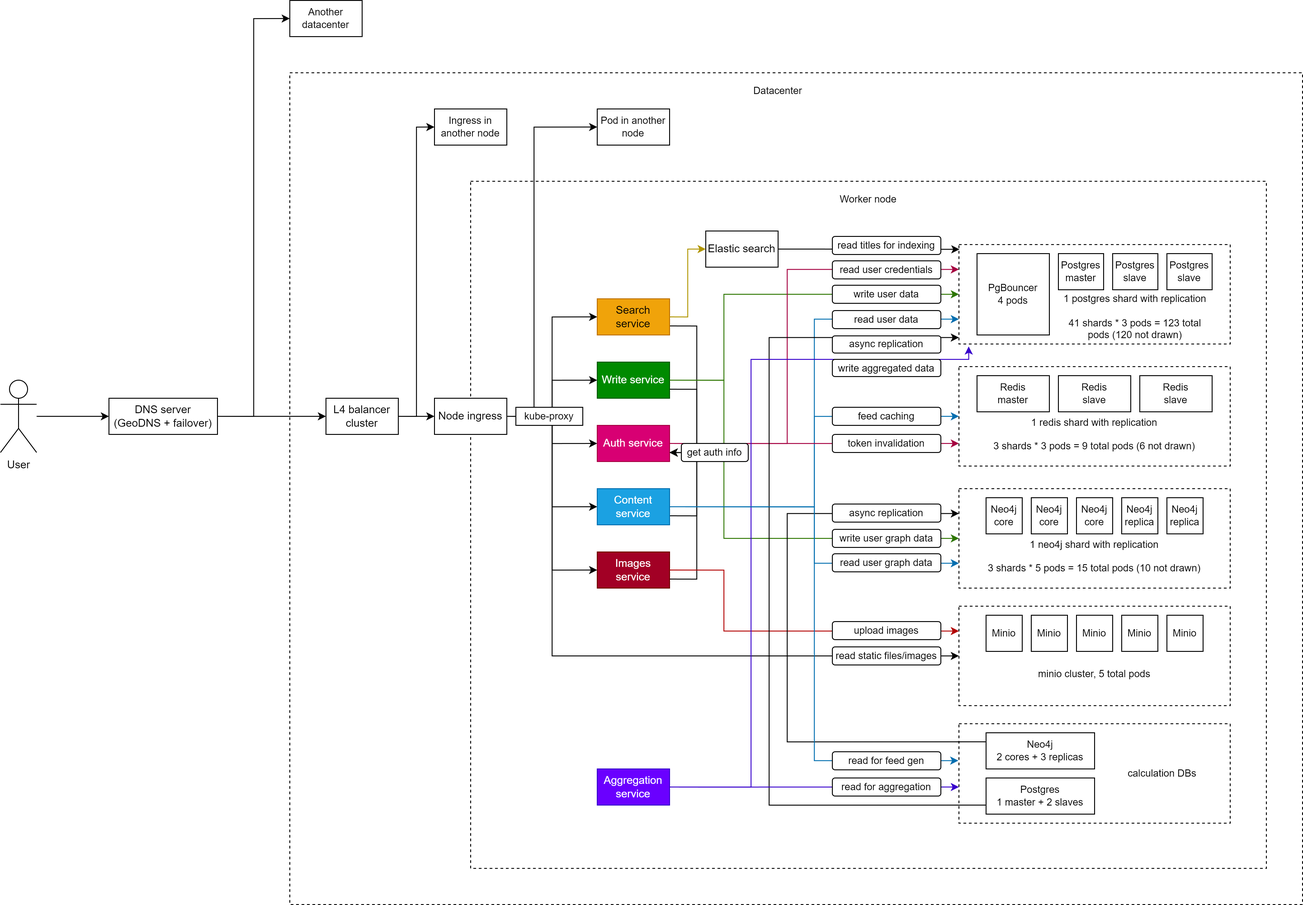
Earlier version of the draw.io export assets/images/full-diagram.drawio.png (DeveloperMan313/vk-highload). Source tidied: cells renumbered, new cells last; positions are measured from the earlier drawing's top-left corner, leaving out a move shared by most shapes.
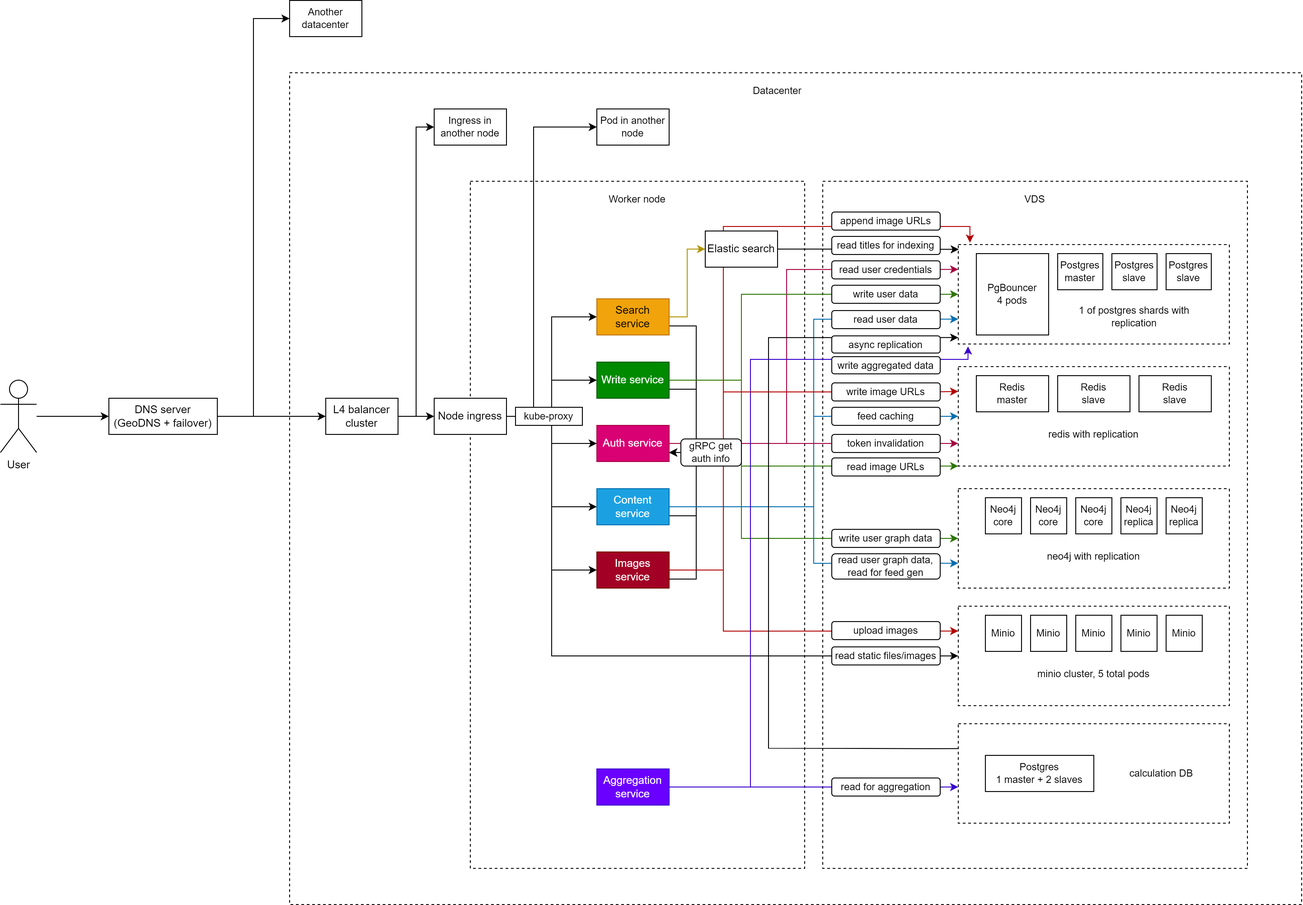
The same diagram one commit later.

Commit message:
Fixes to resource calculations and diagram

The edit, as a diff of the source:
```diff
@@ -5,8 +5,11 @@
     <mxCell id="2" style="rounded=0;whiteSpace=wrap;html=1;dashed=1;" parent="1" vertex="1">
       <mxGeometry x="320" y="80" width="1120" height="920" as="geometry" />
     </mxCell>
+    <mxCell id="97" style="rounded=0;whiteSpace=wrap;html=1;dashed=1;" parent="1" vertex="1">
+      <mxGeometry x="910" y="200" width="470" height="760" as="geometry" />
+    </mxCell>
     <mxCell id="3" style="rounded=0;whiteSpace=wrap;html=1;dashed=1;" parent="1" vertex="1">
-      <mxGeometry x="520" y="200" width="880" height="760" as="geometry" />
+      <mxGeometry x="520" y="200" width="370" height="760" as="geometry" />
     </mxCell>
     <mxCell id="4" value="&lt;div&gt;User&lt;/div&gt;" style="shape=umlActor;verticalLabelPosition=bottom;verticalAlign=top;html=1;outlineConnect=0;" parent="1" vertex="1">
       <mxGeometry y="420" width="40" height="80" as="geometry" />
@@ -112,7 +115,7 @@
     <mxCell id="27" style="rounded=0;whiteSpace=wrap;html=1;dashed=1;" parent="1" vertex="1">
       <mxGeometry x="1060" y="270" width="300" height="110" as="geometry" />
     </mxCell>
-    <mxCell id="28" value="&lt;div&gt;1 postgres shard with replication&lt;/div&gt;&lt;div&gt;&lt;br&gt;&lt;/div&gt;&lt;div&gt;41 shards * 3 pods = 123 total pods (120 not drawn)&lt;/div&gt;" style="text;html=1;whiteSpace=wrap;strokeColor=none;fillColor=none;align=center;verticalAlign=middle;rounded=0;fontFamily=Helvetica;fontSize=11;fontColor=default;labelBackgroundColor=default;" parent="1" vertex="1">
+    <mxCell id="28" value="&lt;div&gt;1 of postgres shards with replication&lt;/div&gt;" style="text;html=1;whiteSpace=wrap;strokeColor=none;fillColor=none;align=center;verticalAlign=middle;rounded=0;fontFamily=Helvetica;fontSize=11;fontColor=default;labelBackgroundColor=default;" parent="1" vertex="1">
       <mxGeometry x="1170" y="320" width="170" height="60" as="geometry" />
     </mxCell>
     <mxCell id="29" value="Postgres&lt;br&gt;master" style="rounded=0;whiteSpace=wrap;html=1;fontFamily=Helvetica;fontSize=11;fontColor=default;labelBackgroundColor=default;" parent="1" vertex="1">
@@ -136,7 +139,7 @@
     <mxCell id="35" value="&lt;div&gt;Redis&lt;/div&gt;&lt;div&gt;slave&lt;/div&gt;" style="rounded=0;whiteSpace=wrap;html=1;fontFamily=Helvetica;fontSize=11;fontColor=default;labelBackgroundColor=default;" parent="1" vertex="1">
       <mxGeometry x="1260" y="415" width="80" height="40" as="geometry" />
     </mxCell>
-    <mxCell id="36" value="&lt;div&gt;1 redis shard with replication&lt;/div&gt;&lt;div&gt;&lt;br&gt;&lt;/div&gt;&lt;div&gt;3 shards * 3 pods = 9 total pods (6 not drawn)&lt;/div&gt;" style="text;html=1;whiteSpace=wrap;strokeColor=none;fillColor=none;align=center;verticalAlign=middle;rounded=0;fontFamily=Helvetica;fontSize=11;fontColor=default;labelBackgroundColor=default;" parent="1" vertex="1">
+    <mxCell id="36" value="&lt;div&gt;redis with replication&lt;/div&gt;" style="text;html=1;whiteSpace=wrap;strokeColor=none;fillColor=none;align=center;verticalAlign=middle;rounded=0;fontFamily=Helvetica;fontSize=11;fontColor=default;labelBackgroundColor=default;" parent="1" vertex="1">
       <mxGeometry x="1070" y="455" width="280" height="50" as="geometry" />
     </mxCell>
     <mxCell id="37" style="rounded=0;whiteSpace=wrap;html=1;dashed=1;" parent="1" vertex="1">
@@ -151,22 +154,22 @@
     <mxCell id="40" value="Neo4j replica" style="rounded=0;whiteSpace=wrap;html=1;fontFamily=Helvetica;fontSize=11;fontColor=default;labelBackgroundColor=default;" parent="1" vertex="1">
       <mxGeometry x="1290" y="550" width="40" height="40" as="geometry" />
     </mxCell>
-    <mxCell id="41" value="&lt;div&gt;1 neo4j shard with replication&lt;/div&gt;&lt;div&gt;&lt;br&gt;&lt;/div&gt;&lt;div&gt;3 shards * 5 pods = 15 total pods (10 not drawn)&lt;/div&gt;" style="text;html=1;whiteSpace=wrap;strokeColor=none;fillColor=none;align=center;verticalAlign=middle;rounded=0;fontFamily=Helvetica;fontSize=11;fontColor=default;labelBackgroundColor=default;" parent="1" vertex="1">
+    <mxCell id="41" value="&lt;div&gt;neo4j with replication&lt;/div&gt;" style="text;html=1;whiteSpace=wrap;strokeColor=none;fillColor=none;align=center;verticalAlign=middle;rounded=0;fontFamily=Helvetica;fontSize=11;fontColor=default;labelBackgroundColor=default;" parent="1" vertex="1">
       <mxGeometry x="1070" y="590" width="280" height="50" as="geometry" />
     </mxCell>
-    <mxCell id="42" style="endArrow=classic;startArrow=none;html=1;rounded=0;strokeColor=#2D7600;align=center;verticalAlign=middle;fontFamily=Helvetica;fontSize=11;fontColor=default;labelBackgroundColor=default;edgeStyle=orthogonalEdgeStyle;entryX=0;entryY=0.5;entryDx=0;entryDy=0;exitX=1;exitY=0.5;exitDx=0;exitDy=0;fillColor=#60a917;startFill=0;" parent="1" edge="1" source="11" target="27">
+    <mxCell id="42" style="endArrow=classic;startArrow=none;html=1;rounded=0;strokeColor=#2D7600;align=center;verticalAlign=middle;fontFamily=Helvetica;fontSize=11;fontColor=default;labelBackgroundColor=default;edgeStyle=orthogonalEdgeStyle;entryX=0;entryY=1;entryDx=0;entryDy=0;exitX=1;exitY=0.5;exitDx=0;exitDy=0;fillColor=#60a917;startFill=0;" parent="1" edge="1" source="11" target="32">
       <mxGeometry relative="1" as="geometry">
         <Array as="points">
-          <mxPoint x="800" y="420" />
-          <mxPoint x="800" y="325" />
+          <mxPoint x="820" y="420" />
+          <mxPoint x="820" y="515" />
         </Array>
       </mxGeometry>
     </mxCell>
     <mxCell id="43" style="endArrow=classic;startArrow=none;html=1;rounded=0;strokeColor=#2D7600;align=center;verticalAlign=middle;fontFamily=Helvetica;fontSize=11;fontColor=default;labelBackgroundColor=default;edgeStyle=orthogonalEdgeStyle;entryX=0;entryY=0.5;entryDx=0;entryDy=0;exitX=1;exitY=0.5;exitDx=0;exitDy=0;fillColor=#60a917;startFill=0;" parent="1" edge="1" source="11" target="37">
       <mxGeometry relative="1" as="geometry">
         <Array as="points">
-          <mxPoint x="800" y="420" />
-          <mxPoint x="800" y="595" />
+          <mxPoint x="820" y="420" />
+          <mxPoint x="820" y="595" />
         </Array>
       </mxGeometry>
     </mxCell>
@@ -219,9 +222,6 @@
         </Array>
       </mxGeometry>
     </mxCell>
-    <mxCell id="55" value="Elastic search" style="rounded=0;whiteSpace=wrap;html=1;" parent="1" vertex="1">
-      <mxGeometry x="780" y="255" width="80" height="40" as="geometry" />
-    </mxCell>
     <mxCell id="56" style="endArrow=classic;startArrow=none;html=1;rounded=0;edgeStyle=orthogonalEdgeStyle;exitX=1;exitY=0.5;exitDx=0;exitDy=0;entryX=0;entryY=0.5;entryDx=0;entryDy=0;startFill=0;fillColor=#e3c800;strokeColor=#B09500;" parent="1" edge="1" source="18" target="55">
       <mxGeometry relative="1" as="geometry" />
     </mxCell>
@@ -241,9 +241,6 @@
     <mxCell id="60" value="read user data" style="rounded=1;whiteSpace=wrap;html=1;fontFamily=Helvetica;fontSize=11;fontColor=default;" parent="1" vertex="1">
       <mxGeometry x="920" y="343" width="120" height="20" as="geometry" />
     </mxCell>
-    <mxCell id="61" value="write user data" style="rounded=1;whiteSpace=wrap;html=1;fontFamily=Helvetica;fontSize=11;fontColor=default;" parent="1" vertex="1">
-      <mxGeometry x="920" y="315" width="120" height="20" as="geometry" />
-    </mxCell>
     <mxCell id="62" value="read user credentials" style="rounded=1;whiteSpace=wrap;html=1;fontFamily=Helvetica;fontSize=11;fontColor=default;" parent="1" vertex="1">
       <mxGeometry x="920" y="288" width="120" height="20" as="geometry" />
     </mxCell>
@@ -260,7 +257,7 @@
       <mxGeometry x="920" y="715" width="120" height="20" as="geometry" />
     </mxCell>
     <mxCell id="67" value="Worker node" style="text;html=1;strokeColor=none;fillColor=none;align=center;verticalAlign=middle;whiteSpace=wrap;rounded=0;fontSize=11;fontFamily=Helvetica;fontColor=default;" parent="1" vertex="1">
-      <mxGeometry x="520" y="200" width="880" height="40" as="geometry" />
+      <mxGeometry x="520" y="200" width="370" height="40" as="geometry" />
     </mxCell>
     <mxCell id="68" value="Minio" style="rounded=0;whiteSpace=wrap;html=1;fontFamily=Helvetica;fontSize=11;fontColor=default;labelBackgroundColor=default;" parent="1" vertex="1">
       <mxGeometry x="1290" y="680" width="40" height="40" as="geometry" />
@@ -268,8 +265,8 @@
     <mxCell id="69" style="endArrow=classic;startArrow=none;html=1;rounded=0;strokeColor=#006EAF;align=center;verticalAlign=middle;fontFamily=Helvetica;fontSize=11;fontColor=default;labelBackgroundColor=default;edgeStyle=orthogonalEdgeStyle;entryX=0;entryY=0.75;entryDx=0;entryDy=0;exitX=1;exitY=0.5;exitDx=0;exitDy=0;fillColor=#1ba1e2;startFill=0;" parent="1" edge="1" source="16" target="37">
       <mxGeometry relative="1" as="geometry" />
     </mxCell>
-    <mxCell id="70" value="read user graph data" style="rounded=1;whiteSpace=wrap;html=1;fontFamily=Helvetica;fontSize=11;fontColor=default;" parent="1" vertex="1">
-      <mxGeometry x="920" y="612" width="120" height="20" as="geometry" />
+    <mxCell id="70" value="read user graph data, read for feed gen" style="rounded=1;whiteSpace=wrap;html=1;fontFamily=Helvetica;fontSize=11;fontColor=default;" parent="1" vertex="1">
+      <mxGeometry x="920" y="612" width="120" height="28" as="geometry" />
     </mxCell>
     <mxCell id="71" value="upload images" style="rounded=1;whiteSpace=wrap;html=1;fontFamily=Helvetica;fontSize=11;fontColor=default;" parent="1" vertex="1">
       <mxGeometry x="920" y="687" width="120" height="20" as="geometry" />
@@ -284,26 +281,16 @@
       <mxGeometry x="1060" y="800" width="300" height="110" as="geometry" />
     </mxCell>
     <mxCell id="75" value="Postgres&lt;br&gt;1 master + 2 slaves" style="rounded=0;whiteSpace=wrap;html=1;fontFamily=Helvetica;fontSize=11;fontColor=default;labelBackgroundColor=default;" parent="1" vertex="1">
-      <mxGeometry x="1090" y="860" width="120" height="40" as="geometry" />
+      <mxGeometry x="1090" y="835" width="120" height="40" as="geometry" />
     </mxCell>
-    <mxCell id="76" style="edgeStyle=orthogonalEdgeStyle;rounded=0;jettySize=auto;html=1;exitX=0;exitY=0.25;exitDx=0;exitDy=0;entryX=0;entryY=0.25;entryDx=0;entryDy=0;startArrow=none;startFill=0;" parent="1" edge="1" source="77" target="37">
-      <mxGeometry relative="1" as="geometry">
-        <Array as="points">
-          <mxPoint x="870" y="820" />
-          <mxPoint x="870" y="568" />
-        </Array>
-      </mxGeometry>
-    </mxCell>
-    <mxCell id="77" value="Neo4j&lt;br&gt;2 cores + 3 replicas" style="rounded=0;whiteSpace=wrap;html=1;fontFamily=Helvetica;fontSize=11;fontColor=default;labelBackgroundColor=default;" parent="1" vertex="1">
-      <mxGeometry x="1090" y="810" width="120" height="40" as="geometry" />
-    </mxCell>
-    <mxCell id="78" value="calculation DBs" style="text;html=1;whiteSpace=wrap;strokeColor=none;fillColor=none;align=center;verticalAlign=middle;rounded=0;fontFamily=Helvetica;fontSize=11;fontColor=default;labelBackgroundColor=default;" parent="1" vertex="1">
+    <mxCell id="78" value="calculation DB" style="text;html=1;whiteSpace=wrap;strokeColor=none;fillColor=none;align=center;verticalAlign=middle;rounded=0;fontFamily=Helvetica;fontSize=11;fontColor=default;labelBackgroundColor=default;" parent="1" vertex="1">
       <mxGeometry x="1210" y="810" width="150" height="90" as="geometry" />
     </mxCell>
-    <mxCell id="79" style="edgeStyle=orthogonalEdgeStyle;rounded=0;jettySize=auto;html=1;exitX=0;exitY=0.75;exitDx=0;exitDy=0;entryX=0;entryY=0.935;entryDx=0;entryDy=0;startArrow=none;startFill=0;entryPerimeter=0;" parent="1" edge="1" source="75" target="27">
+    <mxCell id="79" style="edgeStyle=orthogonalEdgeStyle;rounded=0;jettySize=auto;html=1;exitX=0;exitY=0.25;exitDx=0;exitDy=0;entryX=0;entryY=0.935;entryDx=0;entryDy=0;startArrow=none;startFill=0;entryPerimeter=0;" parent="1" edge="1" source="74" target="27">
       <mxGeometry relative="1" as="geometry">
         <Array as="points">
-          <mxPoint x="850" y="890" />
+          <mxPoint x="1030" y="827" />
+          <mxPoint x="850" y="827" />
           <mxPoint x="850" y="373" />
         </Array>
       </mxGeometry>
@@ -311,9 +298,6 @@
     <mxCell id="80" value="async replication" style="rounded=1;whiteSpace=wrap;html=1;fontFamily=Helvetica;fontSize=11;fontColor=default;" parent="1" vertex="1">
       <mxGeometry x="920" y="371" width="120" height="19" as="geometry" />
     </mxCell>
-    <mxCell id="81" value="async replication" style="rounded=1;whiteSpace=wrap;html=1;fontFamily=Helvetica;fontSize=11;fontColor=default;" parent="1" vertex="1">
-      <mxGeometry x="920" y="557" width="120" height="20" as="geometry" />
-    </mxCell>
     <mxCell id="82" value="Aggregation service" style="rounded=0;whiteSpace=wrap;html=1;fillColor=#6a00ff;fontColor=#ffffff;strokeColor=#3700CC;" parent="1" vertex="1">
       <mxGeometry x="660" y="850" width="80" height="40" as="geometry" />
     </mxCell>
@@ -327,7 +311,7 @@
       </mxGeometry>
     </mxCell>
     <mxCell id="84" value="write aggregated data" style="rounded=1;whiteSpace=wrap;html=1;fontFamily=Helvetica;fontSize=11;fontColor=default;" parent="1" vertex="1">
-      <mxGeometry x="920" y="397" width="120" height="19" as="geometry" />
+      <mxGeometry x="920" y="394" width="120" height="19" as="geometry" />
     </mxCell>
     <mxCell id="85" style="edgeStyle=orthogonalEdgeStyle;rounded=0;jettySize=auto;html=1;exitX=1;exitY=0.5;exitDx=0;exitDy=0;startArrow=none;startFill=0;fillColor=#6a00ff;strokeColor=#3700CC;" parent="1" edge="1" source="82">
       <mxGeometry relative="1" as="geometry">
@@ -341,20 +325,6 @@
     <mxCell id="86" value="read for aggregation" style="rounded=1;whiteSpace=wrap;html=1;fontFamily=Helvetica;fontSize=11;fontColor=default;" parent="1" vertex="1">
       <mxGeometry x="920" y="860" width="120" height="20" as="geometry" />
     </mxCell>
-    <mxCell id="87" style="edgeStyle=orthogonalEdgeStyle;shape=connector;rounded=0;jettySize=auto;html=1;exitX=1;exitY=0.5;exitDx=0;exitDy=0;entryX=-0.002;entryY=0.371;entryDx=0;entryDy=0;entryPerimeter=0;labelBackgroundColor=default;strokeColor=#006EAF;align=center;verticalAlign=middle;fontFamily=Helvetica;fontSize=11;fontColor=default;startArrow=none;startFill=0;endArrow=classic;fillColor=#1ba1e2;" parent="1" edge="1" source="16" target="74">
-      <mxGeometry relative="1" as="geometry">
-        <Array as="points">
-          <mxPoint x="900" y="560" />
-          <mxPoint x="900" y="841" />
-        </Array>
-      </mxGeometry>
-    </mxCell>
-    <mxCell id="88" value="read for feed gen" style="rounded=1;whiteSpace=wrap;html=1;fontFamily=Helvetica;fontSize=11;fontColor=default;" parent="1" vertex="1">
-      <mxGeometry x="920" y="831" width="120" height="20" as="geometry" />
-    </mxCell>
-    <mxCell id="89" value="get auth info" style="rounded=1;whiteSpace=wrap;html=1;fontFamily=Helvetica;fontSize=11;fontColor=default;" parent="1" vertex="1">
-      <mxGeometry x="753" y="490" width="74" height="20" as="geometry" />
-    </mxCell>
     <mxCell id="90" style="endArrow=classic;startArrow=none;html=1;rounded=0;edgeStyle=orthogonalEdgeStyle;entryX=0;entryY=0.5;entryDx=0;entryDy=0;startFill=0;" parent="1" edge="1" source="4" target="92">
       <mxGeometry relative="1" as="geometry" />
     </mxCell>
@@ -381,5 +351,52 @@
     <mxCell id="96" value="Ingress in another node" style="rounded=0;whiteSpace=wrap;html=1;fontFamily=Helvetica;fontSize=11;fontColor=default;labelBackgroundColor=default;" parent="1" vertex="1">
       <mxGeometry x="480" y="120" width="80" height="40" as="geometry" />
     </mxCell>
+    <mxCell id="98" value="VDS" style="text;html=1;strokeColor=none;fillColor=none;align=center;verticalAlign=middle;whiteSpace=wrap;rounded=0;fontSize=11;fontFamily=Helvetica;fontColor=default;" parent="1" vertex="1">
+      <mxGeometry x="910" y="200" width="470" height="40" as="geometry" />
+    </mxCell>
+    <mxCell id="99" style="endArrow=classic;startArrow=none;html=1;rounded=0;align=center;verticalAlign=middle;fontFamily=Helvetica;fontSize=11;fontColor=default;labelBackgroundColor=default;edgeStyle=orthogonalEdgeStyle;exitX=1;exitY=0.5;exitDx=0;exitDy=0;entryX=0.043;entryY=-0.019;entryDx=0;entryDy=0;fillColor=#e51400;strokeColor=#B20000;startFill=0;entryPerimeter=0;" parent="1" edge="1" source="14" target="27">
+      <mxGeometry relative="1" as="geometry">
+        <Array as="points">
+          <mxPoint x="800" y="630" />
+          <mxPoint x="800" y="250" />
+          <mxPoint x="1073" y="250" />
+        </Array>
+      </mxGeometry>
+    </mxCell>
+    <mxCell id="55" value="Elastic search" style="rounded=0;whiteSpace=wrap;html=1;" parent="1" vertex="1">
+      <mxGeometry x="780" y="255" width="80" height="40" as="geometry" />
+    </mxCell>
+    <mxCell id="100" value="append image URLs" style="rounded=1;whiteSpace=wrap;html=1;fontFamily=Helvetica;fontSize=11;fontColor=default;" parent="1" vertex="1">
+      <mxGeometry x="920" y="234" width="120" height="20" as="geometry" />
+    </mxCell>
+    <mxCell id="101" style="endArrow=classic;startArrow=none;html=1;rounded=0;align=center;verticalAlign=middle;fontFamily=Helvetica;fontSize=11;fontColor=default;labelBackgroundColor=default;edgeStyle=orthogonalEdgeStyle;exitX=1;exitY=0.5;exitDx=0;exitDy=0;entryX=0;entryY=0.25;entryDx=0;entryDy=0;fillColor=#e51400;strokeColor=#B20000;startFill=0;" parent="1" edge="1" source="14" target="32">
+      <mxGeometry relative="1" as="geometry">
+        <Array as="points">
+          <mxPoint x="800" y="630" />
+          <mxPoint x="800" y="433" />
+          <mxPoint x="1030" y="433" />
+        </Array>
+      </mxGeometry>
+    </mxCell>
+    <mxCell id="89" value="gRPC get auth info" style="rounded=1;whiteSpace=wrap;html=1;fontFamily=Helvetica;fontSize=11;fontColor=default;" parent="1" vertex="1">
+      <mxGeometry x="753" y="485" width="67" height="30" as="geometry" />
+    </mxCell>
+    <mxCell id="102" value="write image URLs" style="rounded=1;whiteSpace=wrap;html=1;fontFamily=Helvetica;fontSize=11;fontColor=default;" parent="1" vertex="1">
+      <mxGeometry x="920" y="423" width="120" height="20" as="geometry" />
+    </mxCell>
+    <mxCell id="103" style="endArrow=classic;startArrow=none;html=1;rounded=0;strokeColor=#2D7600;align=center;verticalAlign=middle;fontFamily=Helvetica;fontSize=11;fontColor=default;labelBackgroundColor=default;edgeStyle=orthogonalEdgeStyle;entryX=0;entryY=0.5;entryDx=0;entryDy=0;exitX=1;exitY=0.5;exitDx=0;exitDy=0;fillColor=#60a917;startFill=0;" parent="1" edge="1" source="11" target="27">
+      <mxGeometry relative="1" as="geometry">
+        <Array as="points">
+          <mxPoint x="820" y="420" />
+          <mxPoint x="820" y="325" />
+        </Array>
+      </mxGeometry>
+    </mxCell>
+    <mxCell id="104" value="read image URLs" style="rounded=1;whiteSpace=wrap;html=1;fontFamily=Helvetica;fontSize=11;fontColor=default;" parent="1" vertex="1">
+      <mxGeometry x="920" y="506" width="120" height="20" as="geometry" />
+    </mxCell>
+    <mxCell id="61" value="write user data" style="rounded=1;whiteSpace=wrap;html=1;fontFamily=Helvetica;fontSize=11;fontColor=default;" parent="1" vertex="1">
+      <mxGeometry x="920" y="315" width="120" height="20" as="geometry" />
+    </mxCell>
   </root>
 </mxGraphModel>
```
